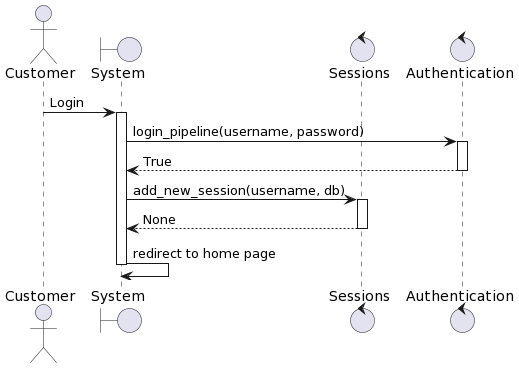
Before: docs/diagrams/sequences/login.png, a diagram exported from PlantUML (kpate217/onlineStoreTemplate).
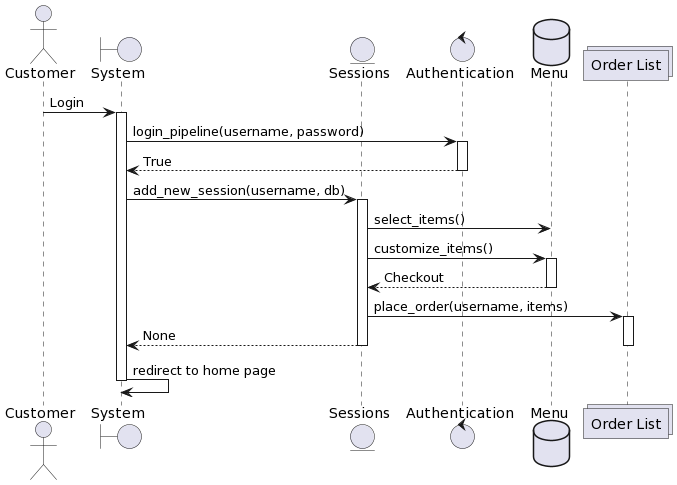
After the change.

What changed in the source:
```diff
@@ -1,8 +1,10 @@
 @startuml
 actor Customer
 boundary "System" as system
-control "Sessions" as sessions
+entity "Sessions" as sessions
 control "Authentication" as auth
+database "Menu" as menu
+collections "Order List" as orderlist
 Customer -> system: Login
 activate system
 system -> auth: login_pipeline(username, password)
@@ -11,7 +13,15 @@
 deactivate auth
 system -> sessions: add_new_session(username, db)
 activate sessions
+sessions -> menu: select_items()
+sessions -> menu: customize_items()
+activate menu
+menu --> sessions: Checkout
+deactivate menu
+sessions -> orderlist: place_order(username, items)
+activate orderlist
 sessions --> system: None
+deactivate orderlist
 deactivate sessions
 system -> system: redirect to home page
 deactivate system
```
